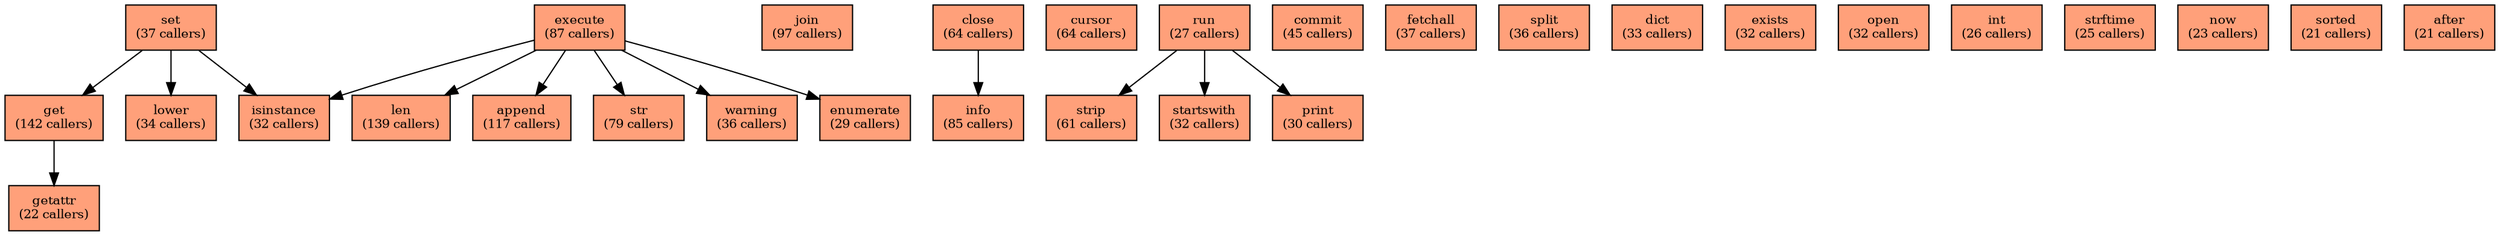
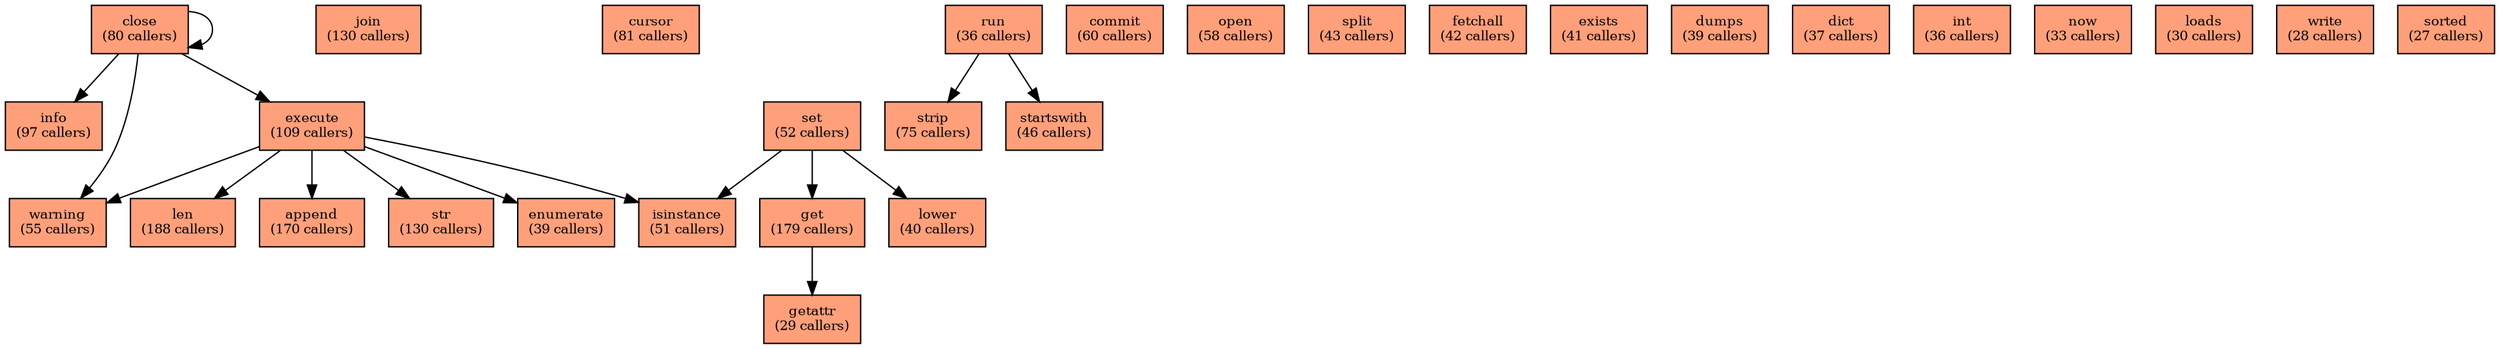
digraph G {
  rankdir=TB;
  node [shape=box, style=filled, fillcolor=lightyellow, fontsize=10];
-   n0 [label="get\n(142 callers)" fillcolor=lightsalmon];
-   n1 [label="len\n(139 callers)" fillcolor=lightsalmon];
-   n2 [label="append\n(117 callers)" fillcolor=lightsalmon];
-   n3 [label="join\n(97 callers)" fillcolor=lightsalmon];
-   n4 [label="execute\n(87 callers)" fillcolor=lightsalmon];
-   n5 [label="info\n(85 callers)" fillcolor=lightsalmon];
-   n6 [label="str\n(79 callers)" fillcolor=lightsalmon];
-   n7 [label="close\n(64 callers)" fillcolor=lightsalmon];
-   n8 [label="cursor\n(64 callers)" fillcolor=lightsalmon];
-   n9 [label="strip\n(61 callers)" fillcolor=lightsalmon];
-   n10 [label="commit\n(45 callers)" fillcolor=lightsalmon];
-   n11 [label="set\n(37 callers)" fillcolor=lightsalmon];
-   n12 [label="fetchall\n(37 callers)" fillcolor=lightsalmon];
-   n13 [label="warning\n(36 callers)" fillcolor=lightsalmon];
-   n14 [label="split\n(36 callers)" fillcolor=lightsalmon];
-   n15 [label="lower\n(34 callers)" fillcolor=lightsalmon];
-   n16 [label="dict\n(33 callers)" fillcolor=lightsalmon];
-   n17 [label="exists\n(32 callers)" fillcolor=lightsalmon];
-   n18 [label="isinstance\n(32 callers)" fillcolor=lightsalmon];
-   n19 [label="startswith\n(32 callers)" fillcolor=lightsalmon];
-   n20 [label="open\n(32 callers)" fillcolor=lightsalmon];
-   n21 [label="print\n(30 callers)" fillcolor=lightsalmon];
-   n22 [label="enumerate\n(29 callers)" fillcolor=lightsalmon];
-   n23 [label="run\n(27 callers)" fillcolor=lightsalmon];
-   n24 [label="int\n(26 callers)" fillcolor=lightsalmon];
-   n25 [label="strftime\n(25 callers)" fillcolor=lightsalmon];
-   n26 [label="now\n(23 callers)" fillcolor=lightsalmon];
-   n27 [label="getattr\n(22 callers)" fillcolor=lightsalmon];
-   n28 [label="sorted\n(21 callers)" fillcolor=lightsalmon];
-   n29 [label="after\n(21 callers)" fillcolor=lightsalmon];
-   n23 -> n21;
-   n23 -> n19;
+   n0 [label="len\n(188 callers)" fillcolor=lightsalmon];
+   n1 [label="get\n(179 callers)" fillcolor=lightsalmon];
+   n2 [label="append\n(170 callers)" fillcolor=lightsalmon];
+   n3 [label="join\n(130 callers)" fillcolor=lightsalmon];
+   n4 [label="str\n(130 callers)" fillcolor=lightsalmon];
+   n5 [label="execute\n(109 callers)" fillcolor=lightsalmon];
+   n6 [label="info\n(97 callers)" fillcolor=lightsalmon];
+   n7 [label="cursor\n(81 callers)" fillcolor=lightsalmon];
+   n8 [label="close\n(80 callers)" fillcolor=lightsalmon];
+   n9 [label="strip\n(75 callers)" fillcolor=lightsalmon];
+   n10 [label="commit\n(60 callers)" fillcolor=lightsalmon];
+   n11 [label="open\n(58 callers)" fillcolor=lightsalmon];
+   n12 [label="warning\n(55 callers)" fillcolor=lightsalmon];
+   n13 [label="set\n(52 callers)" fillcolor=lightsalmon];
+   n14 [label="isinstance\n(51 callers)" fillcolor=lightsalmon];
+   n15 [label="startswith\n(46 callers)" fillcolor=lightsalmon];
+   n16 [label="split\n(43 callers)" fillcolor=lightsalmon];
+   n17 [label="fetchall\n(42 callers)" fillcolor=lightsalmon];
+   n18 [label="exists\n(41 callers)" fillcolor=lightsalmon];
+   n19 [label="lower\n(40 callers)" fillcolor=lightsalmon];
+   n20 [label="enumerate\n(39 callers)" fillcolor=lightsalmon];
+   n21 [label="dumps\n(39 callers)" fillcolor=lightsalmon];
+   n22 [label="dict\n(37 callers)" fillcolor=lightsalmon];
+   n23 [label="run\n(36 callers)" fillcolor=lightsalmon];
+   n24 [label="int\n(36 callers)" fillcolor=lightsalmon];
+   n25 [label="now\n(33 callers)" fillcolor=lightsalmon];
+   n26 [label="loads\n(30 callers)" fillcolor=lightsalmon];
+   n27 [label="getattr\n(29 callers)" fillcolor=lightsalmon];
+   n28 [label="write\n(28 callers)" fillcolor=lightsalmon];
+   n29 [label="sorted\n(27 callers)" fillcolor=lightsalmon];
+   n23 -> n15;
  n23 -> n9;
-   n0 -> n27;
-   n11 -> n0;
-   n11 -> n18;
-   n11 -> n15;
-   n7 -> n5;
-   n4 -> n2;
-   n4 -> n22;
-   n4 -> n18;
-   n4 -> n1;
-   n4 -> n6;
-   n4 -> n13;
+   n8 -> n8;
+   n8 -> n5;
+   n8 -> n6;
+   n8 -> n12;
+   n1 -> n27;
+   n13 -> n1;
+   n13 -> n14;
+   n13 -> n19;
+   n5 -> n2;
+   n5 -> n20;
+   n5 -> n14;
+   n5 -> n0;
+   n5 -> n4;
+   n5 -> n12;
}